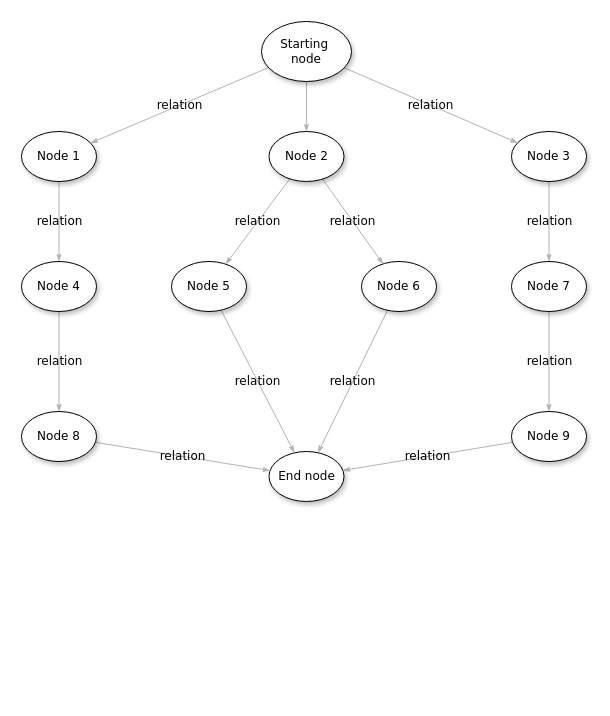
snirhordan/research keeps this draw.io diagram as Untitled Diagram.drawio. Above is the earlier version. Source tidied: cells renumbered, new cells numbered last; positions are measured from the earlier drawing's top-left corner, leaving out a move shared by most shapes. Both pictures are drawn from the tidied source at 100%, with x=0, y=0 at pixel (21, 21).
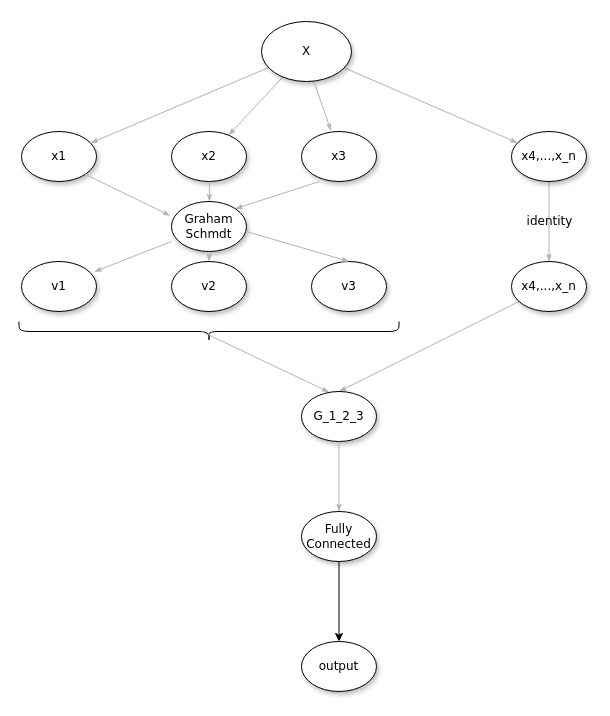
The same diagram, later.

The edit, as a diff of the source:
```diff
@@
-    <mxCell id="3" value="relation" style="edgeStyle=none;rounded=1;html=1;labelBackgroundColor=none;startArrow=none;startFill=0;startSize=5;endArrow=classicThin;endFill=1;endSize=5;jettySize=auto;strokeColor=#B3B3B3;strokeWidth=1;fontFamily=Verdana;fontSize=12;" parent="1" edge="1" source="5" target="21">
-      <mxGeometry relative="1" as="geometry" />
+    <mxCell id="3" style="edgeStyle=none;rounded=1;html=1;labelBackgroundColor=none;startArrow=none;startFill=0;startSize=5;endArrow=classicThin;endFill=1;endSize=5;jettySize=auto;strokeColor=#B3B3B3;strokeWidth=1;fontFamily=Verdana;fontSize=12;" parent="1" edge="1" source="5" target="21">
+      <mxGeometry x="0.05" y="16" relative="1" as="geometry" />
     </mxCell>
-    <mxCell id="4" value="relation" style="edgeStyle=none;rounded=1;html=1;labelBackgroundColor=none;startArrow=none;startFill=0;startSize=5;endArrow=classicThin;endFill=1;endSize=5;jettySize=auto;strokeColor=#B3B3B3;strokeWidth=1;fontFamily=Verdana;fontSize=12;" parent="1" edge="1" source="5" target="10">
-      <mxGeometry relative="1" as="geometry" />
+    <mxCell id="4" style="edgeStyle=none;rounded=1;html=1;labelBackgroundColor=none;startArrow=none;startFill=0;startSize=5;endArrow=classicThin;endFill=1;endSize=5;jettySize=auto;strokeColor=#B3B3B3;strokeWidth=1;fontFamily=Verdana;fontSize=12;" parent="1" edge="1" source="5" target="10">
+      <mxGeometry x="-0.08" y="-32" relative="1" as="geometry" />
     </mxCell>
-    <mxCell id="5" value="Starting&amp;nbsp;&lt;div&gt;node&lt;/div&gt;" style="ellipse;whiteSpace=wrap;html=1;rounded=0;shadow=1;comic=0;labelBackgroundColor=none;strokeWidth=1;fontFamily=Verdana;fontSize=12;align=center;" parent="1" vertex="1">
+    <mxCell id="5" value="X" style="ellipse;whiteSpace=wrap;html=1;rounded=0;shadow=1;comic=0;labelBackgroundColor=none;strokeWidth=1;fontFamily=Verdana;fontSize=12;align=center;" parent="1" vertex="1">
       <mxGeometry x="240" width="90" height="60" as="geometry" />
     </mxCell>
-    <mxCell id="6" value="relation" style="edgeStyle=none;rounded=1;html=1;labelBackgroundColor=none;startArrow=none;startFill=0;startSize=5;endArrow=classicThin;endFill=1;endSize=5;jettySize=auto;strokeColor=#B3B3B3;strokeWidth=1;fontFamily=Verdana;fontSize=12;" parent="1" edge="1" source="8" target="18">
-      <mxGeometry relative="1" as="geometry" />
-    </mxCell>
-    <mxCell id="7" value="relation" style="edgeStyle=none;rounded=1;html=1;labelBackgroundColor=none;startArrow=none;startFill=0;startSize=5;endArrow=classicThin;endFill=1;endSize=5;jettySize=auto;strokeColor=#B3B3B3;strokeWidth=1;fontFamily=Verdana;fontSize=12;" parent="1" edge="1" source="8" target="16">
-      <mxGeometry relative="1" as="geometry" />
-    </mxCell>
-    <mxCell id="8" value="&lt;span&gt;Node 2&lt;/span&gt;" style="ellipse;whiteSpace=wrap;html=1;rounded=0;shadow=1;comic=0;labelBackgroundColor=none;strokeWidth=1;fontFamily=Verdana;fontSize=12;align=center;" parent="1" vertex="1">
-      <mxGeometry x="247.5" y="110" width="75" height="50" as="geometry" />
+    <mxCell id="8" value="&lt;span&gt;x2&lt;/span&gt;" style="ellipse;whiteSpace=wrap;html=1;rounded=0;shadow=1;comic=0;labelBackgroundColor=none;strokeWidth=1;fontFamily=Verdana;fontSize=12;align=center;" parent="1" vertex="1">
+      <mxGeometry x="150" y="110" width="75" height="50" as="geometry" />
     </mxCell>
-    <mxCell id="9" value="relation" style="edgeStyle=none;rounded=1;html=1;labelBackgroundColor=none;startArrow=none;startFill=0;startSize=5;endArrow=classicThin;endFill=1;endSize=5;jettySize=auto;strokeColor=#B3B3B3;strokeWidth=1;fontFamily=Verdana;fontSize=12;" parent="1" edge="1" source="10" target="12">
+    <mxCell id="9" value="identity" style="edgeStyle=none;rounded=1;html=1;labelBackgroundColor=none;startArrow=none;startFill=0;startSize=5;endArrow=classicThin;endFill=1;endSize=5;jettySize=auto;strokeColor=#B3B3B3;strokeWidth=1;fontFamily=Verdana;fontSize=12;" parent="1" edge="1" source="10" target="12">
       <mxGeometry relative="1" as="geometry" />
     </mxCell>
-    <mxCell id="10" value="&lt;span&gt;Node 3&lt;/span&gt;" style="ellipse;whiteSpace=wrap;html=1;rounded=0;shadow=1;comic=0;labelBackgroundColor=none;strokeWidth=1;fontFamily=Verdana;fontSize=12;align=center;" parent="1" vertex="1">
+    <mxCell id="10" value="x4,...,x_n" style="ellipse;whiteSpace=wrap;html=1;rounded=0;shadow=1;comic=0;labelBackgroundColor=none;strokeWidth=1;fontFamily=Verdana;fontSize=12;align=center;" parent="1" vertex="1">
       <mxGeometry x="490" y="110" width="75" height="50" as="geometry" />
     </mxCell>
-    <mxCell id="11" value="relation" style="edgeStyle=none;rounded=1;html=1;labelBackgroundColor=none;startArrow=none;startFill=0;startSize=5;endArrow=classicThin;endFill=1;endSize=5;jettySize=auto;strokeColor=#B3B3B3;strokeWidth=1;fontFamily=Verdana;fontSize=12;" parent="1" edge="1" source="12" target="14">
+    <mxCell id="11" style="edgeStyle=none;rounded=1;html=1;labelBackgroundColor=none;startArrow=none;startFill=0;startSize=5;endArrow=classicThin;endFill=1;endSize=5;jettySize=auto;strokeColor=#B3B3B3;strokeWidth=1;fontFamily=Verdana;fontSize=12;entryX=0.5;entryY=0;entryDx=0;entryDy=0;" parent="1" edge="1" source="12" target="37">
       <mxGeometry relative="1" as="geometry" />
     </mxCell>
-    <mxCell id="12" value="&lt;span&gt;Node 7&lt;/span&gt;" style="ellipse;whiteSpace=wrap;html=1;rounded=0;shadow=1;comic=0;labelBackgroundColor=none;strokeWidth=1;fontFamily=Verdana;fontSize=12;align=center;" parent="1" vertex="1">
+    <mxCell id="12" value="x4,...,x_n" style="ellipse;whiteSpace=wrap;html=1;rounded=0;shadow=1;comic=0;labelBackgroundColor=none;strokeWidth=1;fontFamily=Verdana;fontSize=12;align=center;" parent="1" vertex="1">
       <mxGeometry x="490" y="240" width="75" height="50" as="geometry" />
     </mxCell>
-    <mxCell id="13" value="relation" style="edgeStyle=none;rounded=1;html=1;labelBackgroundColor=none;startArrow=none;startFill=0;startSize=5;endArrow=classicThin;endFill=1;endSize=5;jettySize=auto;strokeColor=#B3B3B3;strokeWidth=1;fontFamily=Verdana;fontSize=12;" parent="1" edge="1" source="14" target="19">
-      <mxGeometry relative="1" as="geometry" />
-    </mxCell>
-    <mxCell id="14" value="&lt;span&gt;Node 9&lt;/span&gt;" style="ellipse;whiteSpace=wrap;html=1;rounded=0;shadow=1;comic=0;labelBackgroundColor=none;strokeWidth=1;fontFamily=Verdana;fontSize=12;align=center;" parent="1" vertex="1">
-      <mxGeometry x="490" y="390" width="75" height="50" as="geometry" />
-    </mxCell>
-    <mxCell id="15" value="relation" style="edgeStyle=none;rounded=1;html=1;labelBackgroundColor=none;startArrow=none;startFill=0;startSize=5;endArrow=classicThin;endFill=1;endSize=5;jettySize=auto;strokeColor=#B3B3B3;strokeWidth=1;fontFamily=Verdana;fontSize=12;" parent="1" edge="1" source="16" target="19">
-      <mxGeometry relative="1" as="geometry" />
-    </mxCell>
-    <mxCell id="16" value="&lt;span&gt;Node 6&lt;/span&gt;" style="ellipse;whiteSpace=wrap;html=1;rounded=0;shadow=1;comic=0;labelBackgroundColor=none;strokeWidth=1;fontFamily=Verdana;fontSize=12;align=center;" parent="1" vertex="1">
-      <mxGeometry x="340" y="240" width="75" height="50" as="geometry" />
+    <mxCell id="16" value="&lt;span&gt;v3&lt;/span&gt;" style="ellipse;whiteSpace=wrap;html=1;rounded=0;shadow=1;comic=0;labelBackgroundColor=none;strokeWidth=1;fontFamily=Verdana;fontSize=12;align=center;" parent="1" vertex="1">
+      <mxGeometry x="290" y="240" width="75" height="50" as="geometry" />
     </mxCell>
-    <mxCell id="17" value="relation" style="edgeStyle=none;rounded=1;html=1;labelBackgroundColor=none;startArrow=none;startFill=0;startSize=5;endArrow=classicThin;endFill=1;endSize=5;jettySize=auto;strokeColor=#B3B3B3;strokeWidth=1;fontFamily=Verdana;fontSize=12;" parent="1" edge="1" source="18" target="19">
-      <mxGeometry relative="1" as="geometry" />
-    </mxCell>
-    <mxCell id="18" value="&lt;span&gt;Node 5&lt;/span&gt;" style="ellipse;whiteSpace=wrap;html=1;rounded=0;shadow=1;comic=0;labelBackgroundColor=none;strokeWidth=1;fontFamily=Verdana;fontSize=12;align=center;" parent="1" vertex="1">
+    <mxCell id="18" value="&lt;span&gt;v2&lt;/span&gt;" style="ellipse;whiteSpace=wrap;html=1;rounded=0;shadow=1;comic=0;labelBackgroundColor=none;strokeWidth=1;fontFamily=Verdana;fontSize=12;align=center;" parent="1" vertex="1">
       <mxGeometry x="150" y="240" width="75" height="50" as="geometry" />
     </mxCell>
-    <mxCell id="19" value="End node" style="ellipse;whiteSpace=wrap;html=1;rounded=0;shadow=1;comic=0;labelBackgroundColor=none;strokeWidth=1;fontFamily=Verdana;fontSize=12;align=center;" parent="1" vertex="1">
-      <mxGeometry x="247.5" y="430" width="75" height="50" as="geometry" />
-    </mxCell>
-    <mxCell id="20" value="relation" style="edgeStyle=none;rounded=1;html=1;labelBackgroundColor=none;startArrow=none;startFill=0;startSize=5;endArrow=classicThin;endFill=1;endSize=5;jettySize=auto;strokeColor=#B3B3B3;strokeWidth=1;fontFamily=Verdana;fontSize=12;" parent="1" edge="1" source="21" target="23">
-      <mxGeometry relative="1" as="geometry" />
-    </mxCell>
-    <mxCell id="21" value="Node 1" style="ellipse;whiteSpace=wrap;html=1;rounded=0;shadow=1;comic=0;labelBackgroundColor=none;strokeWidth=1;fontFamily=Verdana;fontSize=12;align=center;" parent="1" vertex="1">
+    <mxCell id="21" value="x1" style="ellipse;whiteSpace=wrap;html=1;rounded=0;shadow=1;comic=0;labelBackgroundColor=none;strokeWidth=1;fontFamily=Verdana;fontSize=12;align=center;" parent="1" vertex="1">
       <mxGeometry y="110" width="75" height="50" as="geometry" />
     </mxCell>
-    <mxCell id="22" value="relation" style="edgeStyle=none;rounded=1;html=1;labelBackgroundColor=none;startArrow=none;startFill=0;startSize=5;endArrow=classicThin;endFill=1;endSize=5;jettySize=auto;strokeColor=#B3B3B3;strokeWidth=1;fontFamily=Verdana;fontSize=12;" parent="1" edge="1" source="23" target="25">
-      <mxGeometry relative="1" as="geometry" />
-    </mxCell>
-    <mxCell id="23" value="&lt;span&gt;Node 4&lt;/span&gt;" style="ellipse;whiteSpace=wrap;html=1;rounded=0;shadow=1;comic=0;labelBackgroundColor=none;strokeWidth=1;fontFamily=Verdana;fontSize=12;align=center;" parent="1" vertex="1">
+    <mxCell id="23" value="&lt;span&gt;v1&lt;/span&gt;" style="ellipse;whiteSpace=wrap;html=1;rounded=0;shadow=1;comic=0;labelBackgroundColor=none;strokeWidth=1;fontFamily=Verdana;fontSize=12;align=center;" parent="1" vertex="1">
       <mxGeometry y="240" width="75" height="50" as="geometry" />
     </mxCell>
-    <mxCell id="24" value="relation" style="edgeStyle=none;rounded=1;html=1;labelBackgroundColor=none;startArrow=none;startFill=0;startSize=5;endArrow=classicThin;endFill=1;endSize=5;jettySize=auto;strokeColor=#B3B3B3;strokeWidth=1;fontFamily=Verdana;fontSize=12;" parent="1" edge="1" source="25" target="19">
-      <mxGeometry relative="1" as="geometry" />
-    </mxCell>
-    <mxCell id="25" value="&lt;span&gt;Node 8&lt;/span&gt;" style="ellipse;whiteSpace=wrap;html=1;rounded=0;shadow=1;comic=0;labelBackgroundColor=none;strokeWidth=1;fontFamily=Verdana;fontSize=12;align=center;" parent="1" vertex="1">
-      <mxGeometry y="390" width="75" height="50" as="geometry" />
-    </mxCell>
+    <mxCell id="26" value="&lt;span&gt;x3&lt;/span&gt;" style="ellipse;whiteSpace=wrap;html=1;rounded=0;shadow=1;comic=0;labelBackgroundColor=none;strokeWidth=1;fontFamily=Verdana;fontSize=12;align=center;" parent="1" vertex="1">
+      <mxGeometry x="280" y="110" width="75" height="50" as="geometry" />
+    </mxCell>
+    <mxCell id="27" style="edgeStyle=none;rounded=1;html=1;labelBackgroundColor=none;startArrow=none;startFill=0;startSize=5;endArrow=classicThin;endFill=1;endSize=5;jettySize=auto;strokeColor=#B3B3B3;strokeWidth=1;fontFamily=Verdana;fontSize=12;entryX=0.395;entryY=-0.012;entryDx=0;entryDy=0;entryPerimeter=0;exitX=0.587;exitY=1.023;exitDx=0;exitDy=0;exitPerimeter=0;" parent="1" edge="1" source="5" target="26">
+      <mxGeometry relative="1" as="geometry" />
+    </mxCell>
+    <mxCell id="28" style="edgeStyle=none;rounded=1;html=1;labelBackgroundColor=none;startArrow=none;startFill=0;startSize=5;endArrow=classicThin;endFill=1;endSize=5;jettySize=auto;strokeColor=#B3B3B3;strokeWidth=1;fontFamily=Verdana;fontSize=12;entryX=1;entryY=0;entryDx=0;entryDy=0;" parent="1" edge="1" target="31">
+      <mxGeometry x="0.05" y="16" relative="1" as="geometry">
+        <mxPoint x="297.9" y="160" as="sourcePoint" />
+      </mxGeometry>
+    </mxCell>
+    <mxCell id="29" style="edgeStyle=none;rounded=1;html=1;labelBackgroundColor=none;startArrow=none;startFill=0;startSize=5;endArrow=classicThin;endFill=1;endSize=5;jettySize=auto;orthogonalLoop=1;strokeColor=#B3B3B3;strokeWidth=1;fontFamily=Verdana;fontSize=12;" parent="1" edge="1">
+      <mxGeometry x="0.05" y="16" relative="1" as="geometry">
+        <mxPoint x="187.9" y="160" as="sourcePoint" />
+        <mxPoint x="188" y="180" as="targetPoint" />
+      </mxGeometry>
+    </mxCell>
+    <mxCell id="30" style="edgeStyle=none;rounded=1;html=1;labelBackgroundColor=none;startArrow=none;startFill=0;startSize=5;endArrow=classicThin;endFill=1;endSize=5;jettySize=auto;strokeColor=#B3B3B3;strokeWidth=1;fontFamily=Verdana;fontSize=12;exitX=1;exitY=1;exitDx=0;exitDy=0;entryX=-0.016;entryY=0.284;entryDx=0;entryDy=0;entryPerimeter=0;" parent="1" edge="1" source="21" target="31">
+      <mxGeometry x="0.05" y="16" relative="1" as="geometry" />
+    </mxCell>
+    <mxCell id="31" value="&lt;span&gt;Graham Schmdt&lt;/span&gt;" style="ellipse;whiteSpace=wrap;html=1;rounded=0;shadow=1;comic=0;labelBackgroundColor=none;strokeWidth=1;fontFamily=Verdana;fontSize=12;align=center;" parent="1" vertex="1">
+      <mxGeometry x="150" y="180" width="75" height="50" as="geometry" />
+    </mxCell>
+    <mxCell id="32" style="edgeStyle=none;rounded=1;html=1;labelBackgroundColor=none;startArrow=none;startFill=0;startSize=5;endArrow=classicThin;endFill=1;endSize=5;jettySize=auto;strokeColor=#B3B3B3;strokeWidth=1;fontFamily=Verdana;fontSize=12;exitX=1;exitY=1;exitDx=0;exitDy=0;entryX=0.971;entryY=0.204;entryDx=0;entryDy=0;entryPerimeter=0;" parent="1" edge="1" target="23">
+      <mxGeometry x="0.05" y="16" relative="1" as="geometry">
+        <mxPoint x="150" y="220" as="sourcePoint" />
+      </mxGeometry>
+    </mxCell>
+    <mxCell id="33" style="edgeStyle=none;rounded=1;html=1;labelBackgroundColor=none;startArrow=none;startFill=0;startSize=5;endArrow=classicThin;endFill=1;endSize=5;jettySize=auto;strokeColor=#B3B3B3;strokeWidth=1;fontFamily=Verdana;fontSize=12;entryX=0.5;entryY=0;entryDx=0;entryDy=0;" parent="1" edge="1" target="18">
+      <mxGeometry x="0.05" y="16" relative="1" as="geometry">
+        <mxPoint x="187.9" y="230" as="sourcePoint" />
+      </mxGeometry>
+    </mxCell>
+    <mxCell id="34" style="edgeStyle=none;rounded=1;html=1;labelBackgroundColor=none;startArrow=none;startFill=0;startSize=5;endArrow=classicThin;endFill=1;endSize=5;jettySize=auto;strokeColor=#B3B3B3;strokeWidth=1;fontFamily=Verdana;fontSize=12;exitX=1;exitY=1;exitDx=0;exitDy=0;entryX=0.5;entryY=0;entryDx=0;entryDy=0;" parent="1" edge="1" target="16">
+      <mxGeometry x="0.05" y="16" relative="1" as="geometry">
+        <mxPoint x="225" y="210" as="sourcePoint" />
+      </mxGeometry>
+    </mxCell>
+    <mxCell id="35" style="shape=curlyBracket;whiteSpace=wrap;html=1;rounded=1;size=0.5;rotation=-90;" parent="1" vertex="1">
+      <mxGeometry x="177.5" y="120" width="20" height="380" as="geometry" />
+    </mxCell>
+    <mxCell id="36" style="edgeStyle=none;rounded=1;html=1;labelBackgroundColor=none;startArrow=none;startFill=0;startSize=5;endArrow=classicThin;endFill=1;endSize=5;jettySize=auto;strokeColor=#B3B3B3;strokeWidth=1;fontFamily=Verdana;fontSize=12;exitX=1;exitY=1;exitDx=0;exitDy=0;entryX=0.368;entryY=0.012;entryDx=0;entryDy=0;entryPerimeter=0;" parent="1" edge="1" target="37">
+      <mxGeometry x="0.05" y="16" relative="1" as="geometry">
+        <mxPoint x="180" y="310" as="sourcePoint" />
+      </mxGeometry>
+    </mxCell>
+    <mxCell id="37" value="&lt;span&gt;G_1_2_3&lt;/span&gt;" style="ellipse;whiteSpace=wrap;html=1;rounded=0;shadow=1;comic=0;labelBackgroundColor=none;strokeWidth=1;fontFamily=Verdana;fontSize=12;align=center;" parent="1" vertex="1">
+      <mxGeometry x="280" y="370" width="75" height="50" as="geometry" />
+    </mxCell>
+    <mxCell id="38" style="edgeStyle=orthogonalEdgeStyle;rounded=0;jettySize=auto;html=1;" parent="1" edge="1" source="39" target="41">
+      <mxGeometry relative="1" as="geometry" />
+    </mxCell>
+    <mxCell id="39" value="&lt;span&gt;Fully Connected&lt;/span&gt;" style="ellipse;whiteSpace=wrap;html=1;rounded=0;shadow=1;comic=0;labelBackgroundColor=none;strokeWidth=1;fontFamily=Verdana;fontSize=12;align=center;" parent="1" vertex="1">
+      <mxGeometry x="280" y="490" width="75" height="50" as="geometry" />
+    </mxCell>
+    <mxCell id="40" style="edgeStyle=none;rounded=1;html=1;labelBackgroundColor=none;startArrow=none;startFill=0;startSize=5;endArrow=classicThin;endFill=1;endSize=5;jettySize=auto;strokeColor=#B3B3B3;strokeWidth=1;fontFamily=Verdana;fontSize=12;exitX=0.5;exitY=1;exitDx=0;exitDy=0;entryX=0.5;entryY=0;entryDx=0;entryDy=0;" parent="1" edge="1" source="37" target="39">
+      <mxGeometry x="0.05" y="16" relative="1" as="geometry" />
+    </mxCell>
+    <mxCell id="41" value="output" style="ellipse;whiteSpace=wrap;html=1;rounded=0;shadow=1;comic=0;labelBackgroundColor=none;strokeWidth=1;fontFamily=Verdana;fontSize=12;align=center;" parent="1" vertex="1">
+      <mxGeometry x="280" y="620" width="75" height="50" as="geometry" />
+    </mxCell>
```
